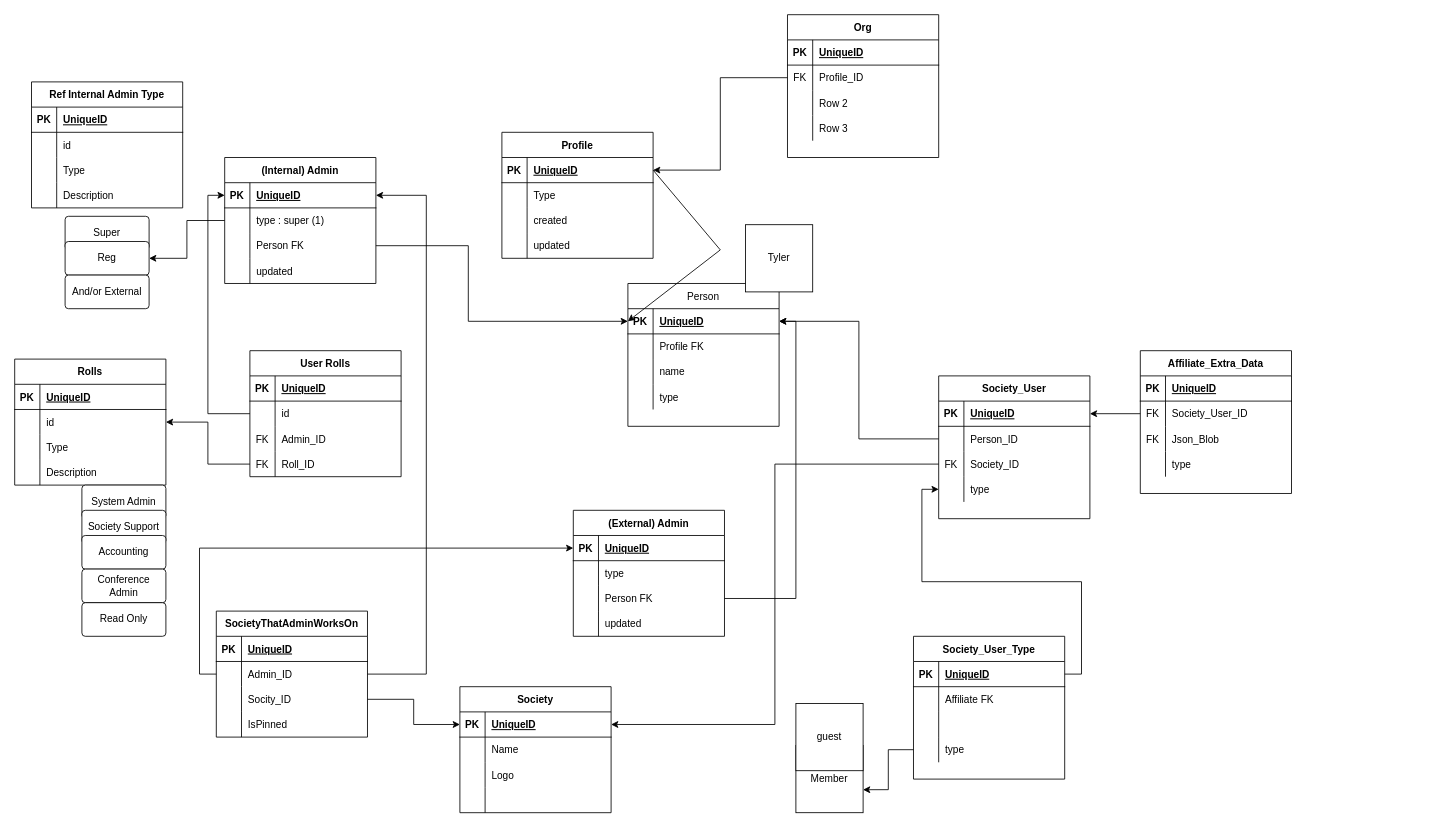
bill-hickok/next-template keeps this draw.io diagram as Untitled Diagram.drawio. Above is the earlier version. Source tidied: cells renumbered, new cells numbered last; positions are measured from the earlier drawing's top-left corner, leaving out a move shared by most shapes. Both pictures are drawn from the tidied source at 84%, with x=0, y=0 at pixel (14, 14).
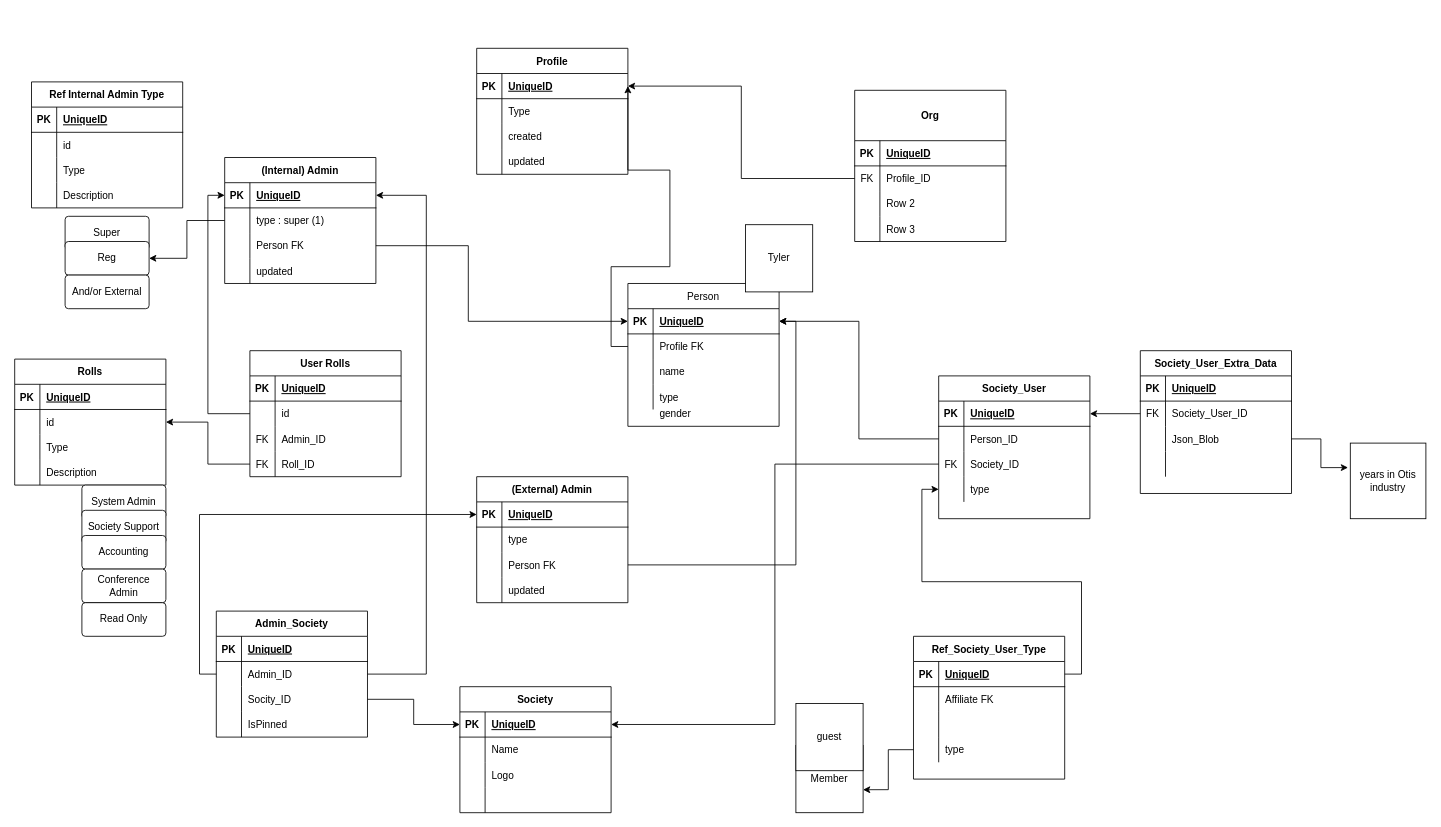
The same diagram, later.

Unchanged cells that the change refers to:
```xml
<mxCell id="3" style="shape=tableRow;horizontal=0;startSize=0;swimlaneHead=0;swimlaneBody=0;fillColor=none;points=[[0,0.5],[1,0.5]];portConstraint=eastwest;top=0;left=0;right=0;bottom=1;" parent="2" vertex="1">
  <mxGeometry y="30" width="180" height="30" as="geometry" />
</mxCell>
<mxCell id="16" style="shape=tableRow;horizontal=0;startSize=0;swimlaneHead=0;swimlaneBody=0;fillColor=none;points=[[0,0.5],[1,0.5]];portConstraint=eastwest;top=0;left=0;right=0;bottom=1;" parent="15" vertex="1">
  <mxGeometry y="30" width="180" height="30" as="geometry" />
</mxCell>
<mxCell id="19" style="shape=tableRow;horizontal=0;startSize=0;swimlaneHead=0;swimlaneBody=0;fillColor=none;points=[[0,0.5],[1,0.5]];portConstraint=eastwest;top=0;left=0;right=0;bottom=0;" parent="15" vertex="1">
  <mxGeometry y="60" width="180" height="30" as="geometry" />
</mxCell>
<mxCell id="189" style="shape=tableRow;horizontal=0;startSize=0;swimlaneHead=0;swimlaneBody=0;fillColor=none;points=[[0,0.5],[1,0.5]];portConstraint=eastwest;top=0;left=0;right=0;bottom=0;" parent="182" vertex="1">
  <mxGeometry y="90" width="180" height="30" as="geometry" />
</mxCell>
<mxCell id="192" style="shape=tableRow;horizontal=0;startSize=0;swimlaneHead=0;swimlaneBody=0;fillColor=none;top=0;left=0;right=0;bottom=0;" parent="182" vertex="1">
  <mxGeometry y="120" width="180" height="30" as="geometry" />
</mxCell>
```

The edit, as a diff of the source:
```diff
@@
     <mxCell id="2" value="Profile" style="shape=table;startSize=30;childLayout=tableLayout;rowLines=0;fontStyle=1;align=center;" parent="1" vertex="1">
-      <mxGeometry x="580" y="140" width="180" height="150" as="geometry" />
+      <mxGeometry x="550" y="40" width="180" height="150" as="geometry" />
     </mxCell>
@@
-    <mxCell id="28" value="Org" style="shape=table;startSize=30;childLayout=tableLayout;rowLines=0;fontStyle=1;align=center;" parent="1" vertex="1">
-      <mxGeometry x="920" width="180" height="170" as="geometry" />
+    <mxCell id="28" value="Org" style="shape=table;startSize=60;childLayout=tableLayout;rowLines=0;fontStyle=1;align=center;" parent="1" vertex="1">
+      <mxGeometry x="1000" y="90" width="180" height="180" as="geometry" />
     </mxCell>
     <mxCell id="29" style="shape=tableRow;horizontal=0;startSize=0;swimlaneHead=0;swimlaneBody=0;fillColor=none;top=0;left=0;right=0;bottom=1;" parent="28" vertex="1">
-      <mxGeometry y="30" width="180" height="30" as="geometry" />
+      <mxGeometry y="60" width="180" height="30" as="geometry" />
     </mxCell>
@@
     <mxCell id="32" style="shape=tableRow;horizontal=0;startSize=0;swimlaneHead=0;swimlaneBody=0;fillColor=none;points=[[0,0.5],[1,0.5]];portConstraint=eastwest;top=0;left=0;right=0;bottom=0;" parent="28" vertex="1">
-      <mxGeometry y="60" width="180" height="30" as="geometry" />
+      <mxGeometry y="90" width="180" height="30" as="geometry" />
     </mxCell>
@@
     <mxCell id="35" style="shape=tableRow;horizontal=0;startSize=0;swimlaneHead=0;swimlaneBody=0;fillColor=none;top=0;left=0;right=0;bottom=0;" parent="28" vertex="1">
-      <mxGeometry y="90" width="180" height="30" as="geometry" />
+      <mxGeometry y="120" width="180" height="30" as="geometry" />
     </mxCell>
@@
     <mxCell id="38" style="shape=tableRow;horizontal=0;startSize=0;swimlaneHead=0;swimlaneBody=0;fillColor=none;top=0;left=0;right=0;bottom=0;" parent="28" vertex="1">
-      <mxGeometry y="120" width="180" height="30" as="geometry" />
+      <mxGeometry y="150" width="180" height="30" as="geometry" />
     </mxCell>
@@
-    <mxCell id="41" style="endArrow=classic;html=1;rounded=0;entryX=0;entryY=0.5;entryDx=0;entryDy=0;exitX=1;exitY=0.5;exitDx=0;exitDy=0;" parent="1" edge="1" source="3" target="16">
-      <mxGeometry relative="1" as="geometry">
-        <Array as="points">
-          <mxPoint x="840" y="280" />
-        </Array>
-      </mxGeometry>
-    </mxCell>
@@
-    <mxCell id="120" value="SocietyThatAdminWorksOn" style="shape=table;startSize=30;childLayout=tableLayout;rowLines=0;fontStyle=1;align=center;" parent="1" vertex="1">
+    <mxCell id="120" value="Admin_Society" style="shape=table;startSize=30;childLayout=tableLayout;rowLines=0;fontStyle=1;align=center;" parent="1" vertex="1">
       <mxGeometry x="240" y="710" width="180" height="150" as="geometry" />
     </mxCell>
@@
     <mxCell id="136" value="(External) Admin" style="shape=table;startSize=30;childLayout=tableLayout;rowLines=0;fontStyle=1;align=center;" parent="1" vertex="1">
-      <mxGeometry x="665" y="590" width="180" height="150" as="geometry" />
+      <mxGeometry x="550" y="550" width="180" height="150" as="geometry" />
     </mxCell>
@@
-    <mxCell id="164" value="Society_User_Type" style="shape=table;startSize=30;childLayout=tableLayout;rowLines=0;fontStyle=1;align=center;" parent="1" vertex="1">
+    <mxCell id="164" value="Ref_Society_User_Type" style="shape=table;startSize=30;childLayout=tableLayout;rowLines=0;fontStyle=1;align=center;" parent="1" vertex="1">
       <mxGeometry x="1070" y="740" width="180" height="170" as="geometry" />
     </mxCell>
@@
-    <mxCell id="182" value="Affiliate_Extra_Data" style="shape=table;startSize=30;childLayout=tableLayout;rowLines=0;fontStyle=1;align=center;" parent="1" vertex="1">
+    <mxCell id="182" value="Society_User_Extra_Data" style="shape=table;startSize=30;childLayout=tableLayout;rowLines=0;fontStyle=1;align=center;" parent="1" vertex="1">
       <mxGeometry x="1340" y="400" width="180" height="170" as="geometry" />
     </mxCell>
@@
-    <mxCell id="190" value="FK" style="shape=partialRectangle;fillColor=none;top=0;left=0;bottom=0;right=0;overflow=hidden;" parent="189" vertex="1">
+    <mxCell id="190" style="shape=partialRectangle;fillColor=none;top=0;left=0;bottom=0;right=0;overflow=hidden;" parent="189" vertex="1">
       <mxGeometry width="30" height="30" as="geometry" />
     </mxCell>
@@
-    <mxCell id="194" value="type" style="shape=partialRectangle;fillColor=none;top=0;left=0;bottom=0;right=0;align=left;spacingLeft=6;overflow=hidden;" parent="192" vertex="1">
+    <mxCell id="194" style="shape=partialRectangle;fillColor=none;top=0;left=0;bottom=0;right=0;align=left;spacingLeft=6;overflow=hidden;" parent="192" vertex="1">
       <mxGeometry x="30" width="150" height="30" as="geometry" />
     </mxCell>
@@
+    <mxCell id="197" style="edgeStyle=orthogonalEdgeStyle;rounded=0;jettySize=auto;html=1;exitX=0;exitY=0.5;exitDx=0;exitDy=0;entryX=1;entryY=0.5;entryDx=0;entryDy=0;" parent="1" edge="1" source="19" target="3">
+      <mxGeometry relative="1" as="geometry">
+        <Array as="points">
+          <mxPoint x="710" y="395" />
+          <mxPoint x="710" y="300" />
+          <mxPoint x="780" y="300" />
+          <mxPoint x="780" y="185" />
+        </Array>
+      </mxGeometry>
+    </mxCell>
+    <mxCell id="198" value="gender" style="shape=partialRectangle;fillColor=none;top=0;left=0;bottom=0;right=0;align=left;spacingLeft=6;overflow=hidden;" parent="1" vertex="1">
+      <mxGeometry x="760" y="460" width="150" height="30" as="geometry" />
+    </mxCell>
+    <mxCell id="199" value="years in Otis industry" style="whiteSpace=wrap;html=1;" parent="1" vertex="1">
+      <mxGeometry x="1590" y="510" width="90" height="90" as="geometry" />
+    </mxCell>
+    <mxCell id="200" style="edgeStyle=orthogonalEdgeStyle;rounded=0;jettySize=auto;html=1;exitX=1;exitY=0.5;exitDx=0;exitDy=0;entryX=-0.03;entryY=0.324;entryDx=0;entryDy=0;entryPerimeter=0;" parent="1" edge="1" source="189" target="199">
+      <mxGeometry relative="1" as="geometry" />
+    </mxCell>
```
